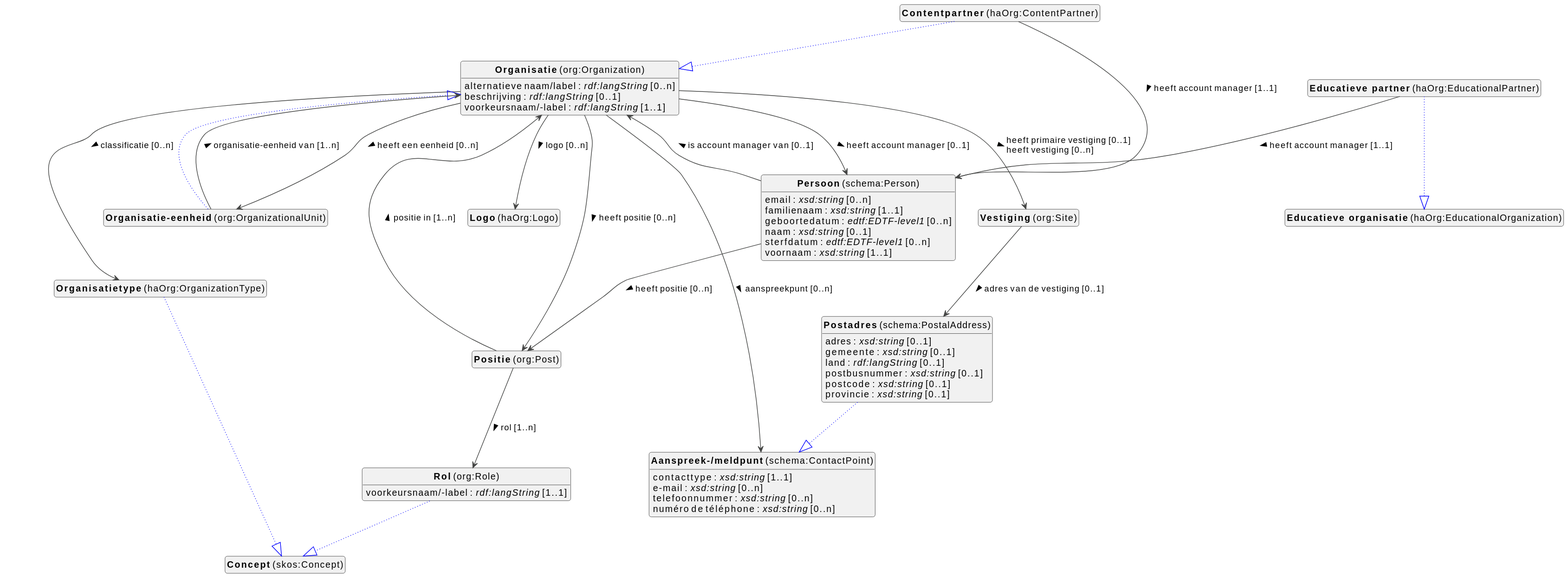
Earlier version of the PlantUML export docs/metadata/knowledge-graph/0.0.1/organization/nl/organization-diagram.svg (viaacode/documentation-jekyll).
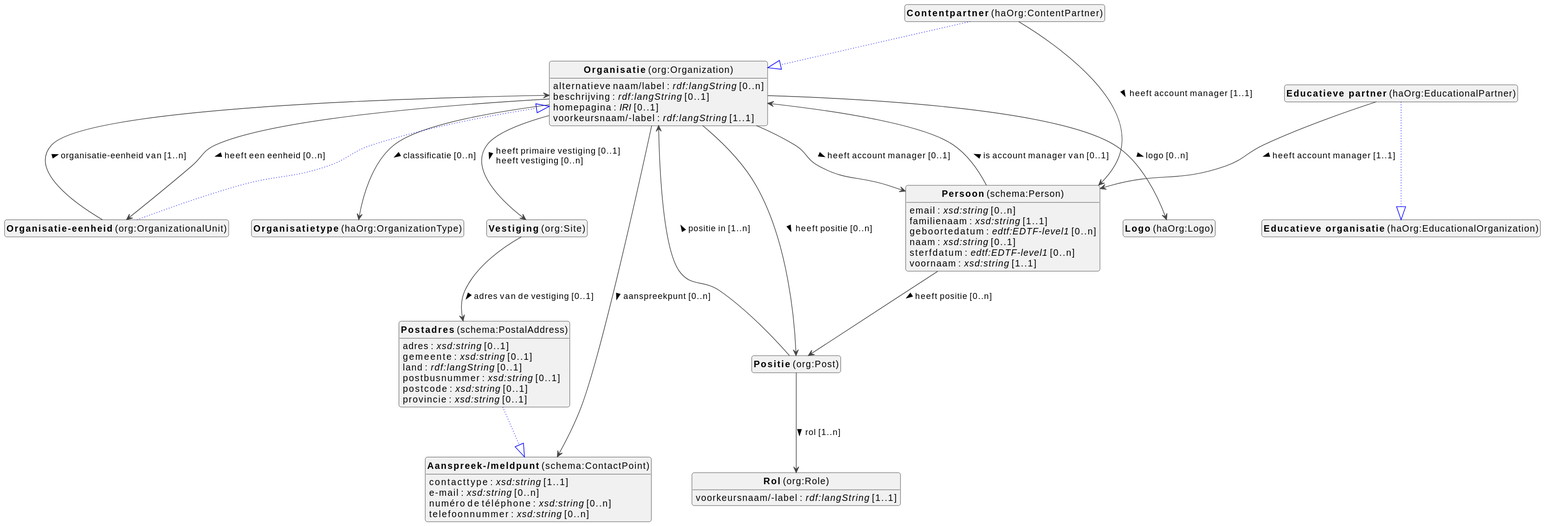
Later version of the same file.

The edit, as a diff of the source:
```diff
@@ -10,28 +10,44 @@
 top to bottom direction
 
 
-class "<b>Organisatie</b> (org:Organization)" as org_Organization [[#org%3AOrganization]]
-class "<b>Organisatie-eenheid</b> (org:OrganizationalUnit)" as org_OrganizationalUnit [[#org%3AOrganizationalUnit]]
-class "<b>Organisatie</b> (org:Organization)" as org_Organization [[#org%3AOrganization]]
+class "<b>Aanspreek-/meldpunt</b> (schema:ContactPoint)" as schema_ContactPoint [[#schema%3AContactPoint]]
 class "<b>Contentpartner</b> (haOrg:ContentPartner)" as haOrg_ContentPartner [[#haOrg%3AContentPartner]]
 class "<b>Organisatie</b> (org:Organization)" as org_Organization [[#org%3AOrganization]]
 class "<b>Educatieve partner</b> (haOrg:EducationalPartner)" as haOrg_EducationalPartner [[#haOrg%3AEducationalPartner]]
 class "<b>Educatieve organisatie</b> (haOrg:EducationalOrganization)" as haOrg_EducationalOrganization [[#haOrg%3AEducationalOrganization]]
-class "<b>Vestiging</b> (org:Site)" as org_Site [[#org%3ASite]]
+class "<b>Logo</b> (haOrg:Logo)" as haOrg_Logo [[#haOrg%3ALogo]]
+class "<b>Organisatie</b> (org:Organization)" as org_Organization [[#org%3AOrganization]]
+class "<b>Organisatie-eenheid</b> (org:OrganizationalUnit)" as org_OrganizationalUnit [[#org%3AOrganizationalUnit]]
+class "<b>Organisatie</b> (org:Organization)" as org_Organization [[#org%3AOrganization]]
+class "<b>Organisatietype</b> (haOrg:OrganizationType)" as haOrg_OrganizationType [[#haOrg%3AOrganizationType]]
+class "<b>Persoon</b> (schema:Person)" as schema_Person [[#schema%3APerson]]
 class "<b>Positie</b> (org:Post)" as org_Post [[#org%3APost]]
-class "<b>Rol</b> (org:Role)" as org_Role [[#org%3ARole]]
-class "<b>Concept</b> (skos:Concept)" as skos_Concept [[#skos%3AConcept]]
-class "<b>Persoon</b> (schema:Person)" as schema_Person [[#schema%3APerson]]
 class "<b>Postadres</b> (schema:PostalAddress)" as schema_PostalAddress [[#schema%3APostalAddress]]
 class "<b>Aanspreek-/meldpunt</b> (schema:ContactPoint)" as schema_ContactPoint [[#schema%3AContactPoint]]
-class "<b>Aanspreek-/meldpunt</b> (schema:ContactPoint)" as schema_ContactPoint [[#schema%3AContactPoint]]
-class "<b>Logo</b> (haOrg:Logo)" as haOrg_Logo [[#haOrg%3ALogo]]
-class "<b>Organisatietype</b> (haOrg:OrganizationType)" as haOrg_OrganizationType [[#haOrg%3AOrganizationType]]
-class "<b>Concept</b> (skos:Concept)" as skos_Concept [[#skos%3AConcept]]
+class "<b>Rol</b> (org:Role)" as org_Role [[#org%3ARole]]
+class "<b>Vestiging</b> (org:Site)" as org_Site [[#org%3ASite]]
+
+
+schema_ContactPoint : contacttype : <i>xsd:string</i> [1..1]
+schema_ContactPoint : e-mail : <i>xsd:string</i> [0..n]
+schema_ContactPoint : numéro de téléphone : <i>xsd:string</i> [0..n]
+schema_ContactPoint : telefoonnummer : <i>xsd:string</i> [0..n]
+
+
+haOrg_ContentPartner --|> org_Organization #blue;line.dotted;text:blue
+
+haOrg_ContentPartner --> schema_Person :heeft account manager [1..1]  >
+
+haOrg_EducationalPartner --|> haOrg_EducationalOrganization #blue;line.dotted;text:blue
+
+haOrg_EducationalPartner --> schema_Person :heeft account manager [1..1]  >
+
+
 
 
 org_Organization : alternatieve naam/label : <i>rdf:langString</i> [0..n]
 org_Organization : beschrijving : <i>rdf:langString</i> [0..1]
+org_Organization : homepagina : <i>IRI</i> [0..1]
 org_Organization : voorkeursnaam/-label : <i>rdf:langString</i> [1..1]
 
 org_Organization --> haOrg_Logo :logo [0..n]  >
@@ -47,24 +63,6 @@
 
 org_OrganizationalUnit --> org_Organization :organisatie-eenheid van [1..n]  >
 
-haOrg_ContentPartner --|> org_Organization #blue;line.dotted;text:blue
-
-haOrg_ContentPartner --> schema_Person :heeft account manager [1..1]  >
-
-haOrg_EducationalPartner --|> haOrg_EducationalOrganization #blue;line.dotted;text:blue
-
-haOrg_EducationalPartner --> schema_Person :heeft account manager [1..1]  >
-
-
-org_Site --> schema_PostalAddress :adres van de vestiging [0..1]  >
-
-
-org_Post --> org_Organization :positie in [1..n]  >
-org_Post --> org_Role :rol [1..n]  >
-
-org_Role --|> skos_Concept #blue;line.dotted;text:blue
-
-org_Role : voorkeursnaam/-label : <i>rdf:langString</i> [1..1]
 
 
 
@@ -79,6 +77,10 @@
 schema_Person --> org_Post :heeft positie [0..n]  >
 
 
+
+org_Post --> org_Organization :positie in [1..n]  >
+org_Post --> org_Role :rol [1..n]  >
+
 schema_PostalAddress --|> schema_ContactPoint #blue;line.dotted;text:blue
 
 schema_PostalAddress : adres : <i>xsd:string</i> [0..1]
@@ -91,16 +93,11 @@
 
 
 
-schema_ContactPoint : contacttype : <i>xsd:string</i> [1..1]
-schema_ContactPoint : e-mail : <i>xsd:string</i> [0..n]
-schema_ContactPoint : telefoonnummer : <i>xsd:string</i> [0..n]
-schema_ContactPoint : numéro de téléphone : <i>xsd:string</i> [0..n]
+org_Role : voorkeursnaam/-label : <i>rdf:langString</i> [1..1]
 
 
 
-
-haOrg_OrganizationType --|> skos_Concept #blue;line.dotted;text:blue
-
+org_Site --> schema_PostalAddress :adres van de vestiging [0..1]  >
 
 
 hide circle
```
